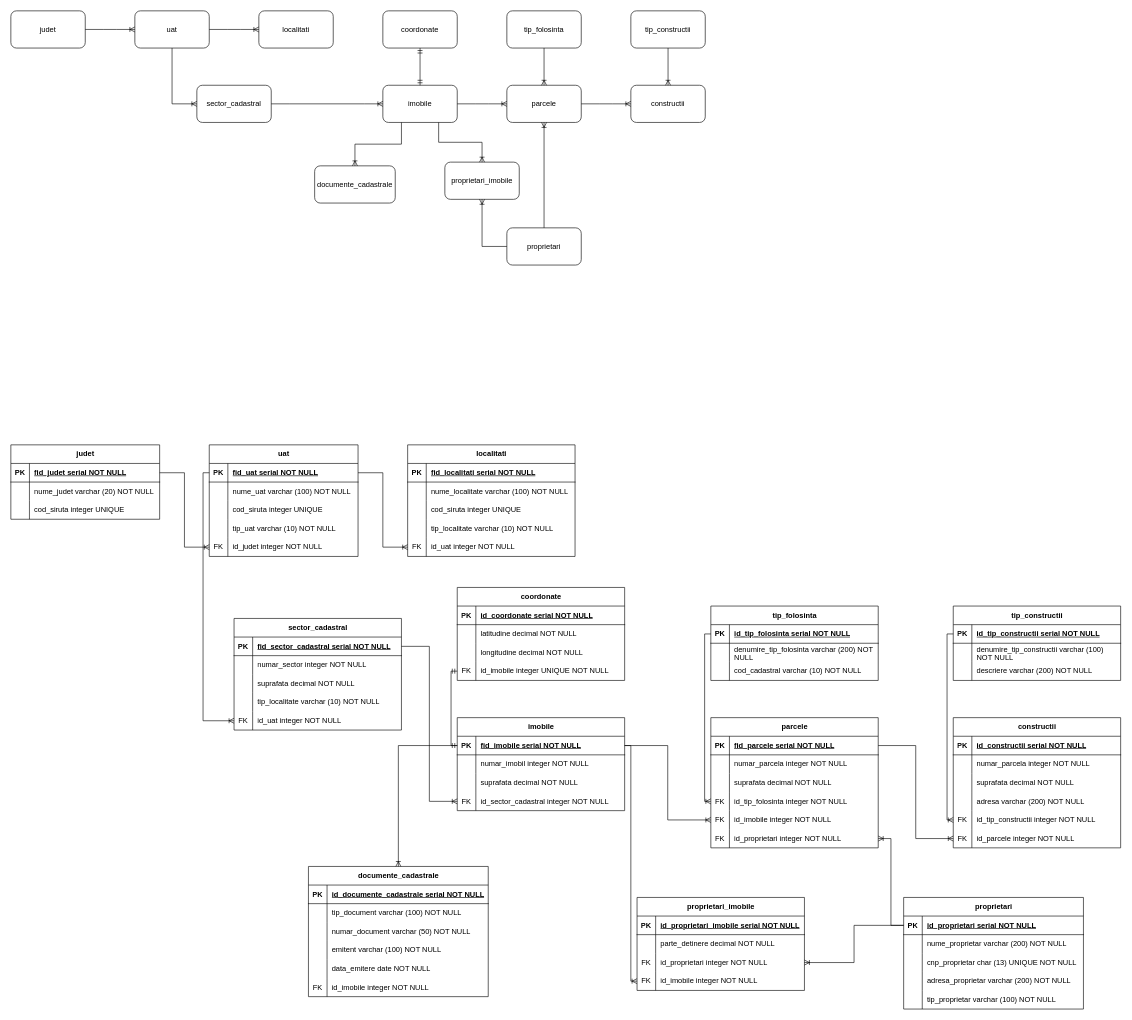
Earlier version of the draw.io diagram Diagramă examen.drawio (AdelaLukacs/examen_sem_I_lukacs_adela). Source tidied: cells renumbered, new cells numbered last; positions are measured from the earlier drawing's top-left corner, leaving out a move shared by most shapes. Both pictures are drawn from the tidied source at 62%, with x=0, y=0 at pixel (11, 11).
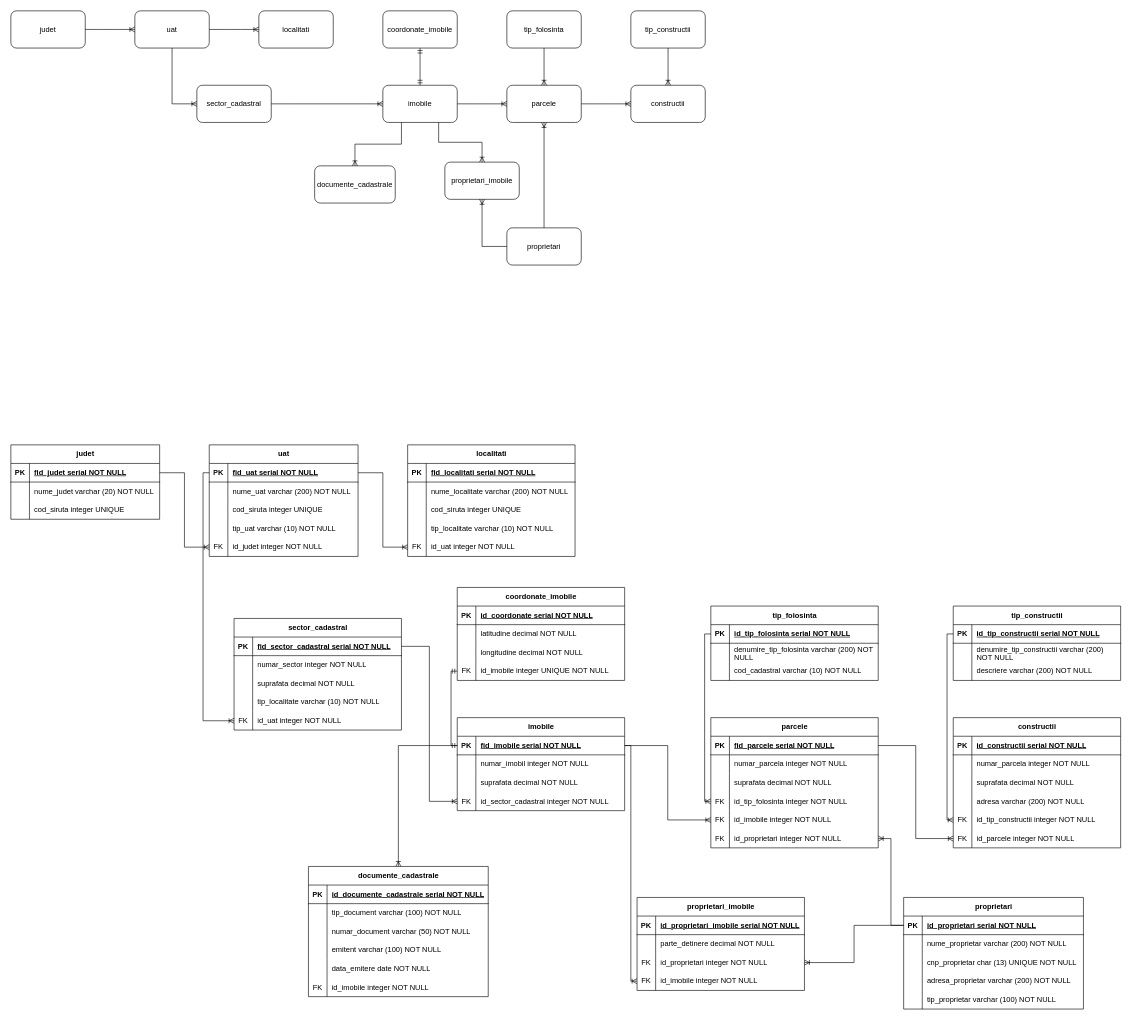
Above is the later version.

The change refers to these unchanged cells:
```xml
<mxCell id="41" style="shape=tableRow;horizontal=0;startSize=0;swimlaneHead=0;swimlaneBody=0;fillColor=none;top=0;left=0;right=0;bottom=0;" parent="37" vertex="1">
  <mxGeometry y="60" width="240" height="30" as="geometry" />
</mxCell>
<mxCell id="58" style="shape=tableRow;horizontal=0;startSize=0;swimlaneHead=0;swimlaneBody=0;fillColor=none;top=0;left=0;right=0;bottom=0;" parent="54" vertex="1">
  <mxGeometry y="60" width="270" height="30" as="geometry" />
</mxCell>
<mxCell id="172" style="shape=tableRow;horizontal=0;startSize=0;swimlaneHead=0;swimlaneBody=0;fillColor=none;top=0;left=0;right=0;bottom=0;" parent="168" vertex="1">
  <mxGeometry y="60" width="270" height="30" as="geometry" />
</mxCell>
```

Change to the diagram source:
```diff
@@
-    <mxCell id="19" value="coordonate" style="rounded=1;whiteSpace=wrap;html=1;" parent="1" vertex="1">
+    <mxCell id="19" value="coordonate_imobile" style="rounded=1;whiteSpace=wrap;html=1;" parent="1" vertex="1">
       <mxGeometry x="600" width="120" height="60" as="geometry" />
     </mxCell>
@@
-    <mxCell id="43" value="nume_uat varchar (100) NOT NULL" style="shape=partialRectangle;fillColor=none;top=0;left=0;bottom=0;right=0;align=left;spacingLeft=6;overflow=hidden;whiteSpace=wrap;html=1;" parent="41" vertex="1">
+    <mxCell id="43" value="nume_uat varchar (200) NOT NULL" style="shape=partialRectangle;fillColor=none;top=0;left=0;bottom=0;right=0;align=left;spacingLeft=6;overflow=hidden;whiteSpace=wrap;html=1;" parent="41" vertex="1">
       <mxGeometry x="30" width="210" height="30" as="geometry" />
     </mxCell>
@@
-    <mxCell id="60" value="nume_localitate varchar (100) NOT NULL" style="shape=partialRectangle;fillColor=none;top=0;left=0;bottom=0;right=0;align=left;spacingLeft=6;overflow=hidden;whiteSpace=wrap;html=1;" parent="58" vertex="1">
+    <mxCell id="60" value="nume_localitate varchar (200) NOT NULL" style="shape=partialRectangle;fillColor=none;top=0;left=0;bottom=0;right=0;align=left;spacingLeft=6;overflow=hidden;whiteSpace=wrap;html=1;" parent="58" vertex="1">
       <mxGeometry x="30" width="240" height="30" as="geometry" />
     </mxCell>
@@
-    <mxCell id="122" value="coordonate" style="shape=table;startSize=30;childLayout=tableLayout;rowLines=0;fontStyle=1;align=center;html=1;" parent="1" vertex="1">
+    <mxCell id="122" value="coordonate_imobile" style="shape=table;startSize=30;childLayout=tableLayout;rowLines=0;fontStyle=1;align=center;html=1;" parent="1" vertex="1">
       <mxGeometry x="720" y="930" width="270" height="150" as="geometry" />
     </mxCell>
@@
-    <mxCell id="174" value="&lt;span style=&quot;background-color: transparent; color: light-dark(rgb(0, 0, 0), rgb(255, 255, 255));&quot;&gt;denumire_tip_constructii varchar (100) NOT NULL&lt;/span&gt;" style="shape=partialRectangle;fillColor=none;top=0;left=0;bottom=0;right=0;align=left;spacingLeft=6;overflow=hidden;whiteSpace=wrap;html=1;" parent="172" vertex="1">
+    <mxCell id="174" value="&lt;span style=&quot;background-color: transparent; color: light-dark(rgb(0, 0, 0), rgb(255, 255, 255));&quot;&gt;denumire_tip_constructii varchar (200) NOT NULL&lt;/span&gt;" style="shape=partialRectangle;fillColor=none;top=0;left=0;bottom=0;right=0;align=left;spacingLeft=6;overflow=hidden;whiteSpace=wrap;html=1;" parent="172" vertex="1">
       <mxGeometry x="30" width="240" height="30" as="geometry" />
     </mxCell>
```
